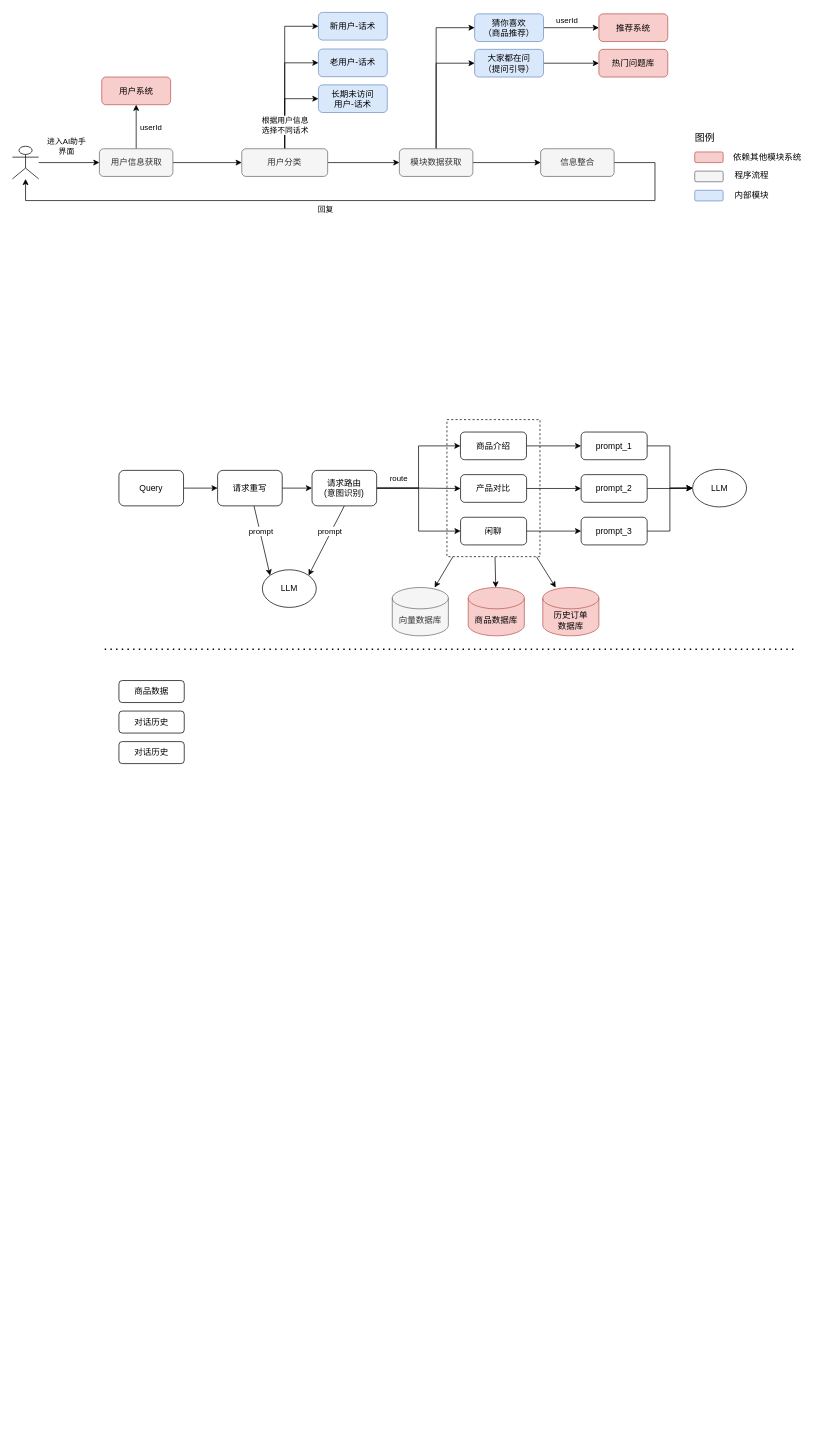
This is page "购物助手" (2 of 2) of AI虚拟电商导购.drawio from joeylin/draw.io, a draw.io file, before an edit. Source tidied: cells renumbered, new cells numbered last; positions are measured from the earlier drawing's top-left corner, leaving out a move shared by most shapes. Both pictures are drawn from the tidied source at 71%, with x=0, y=0 at pixel (12, 12).
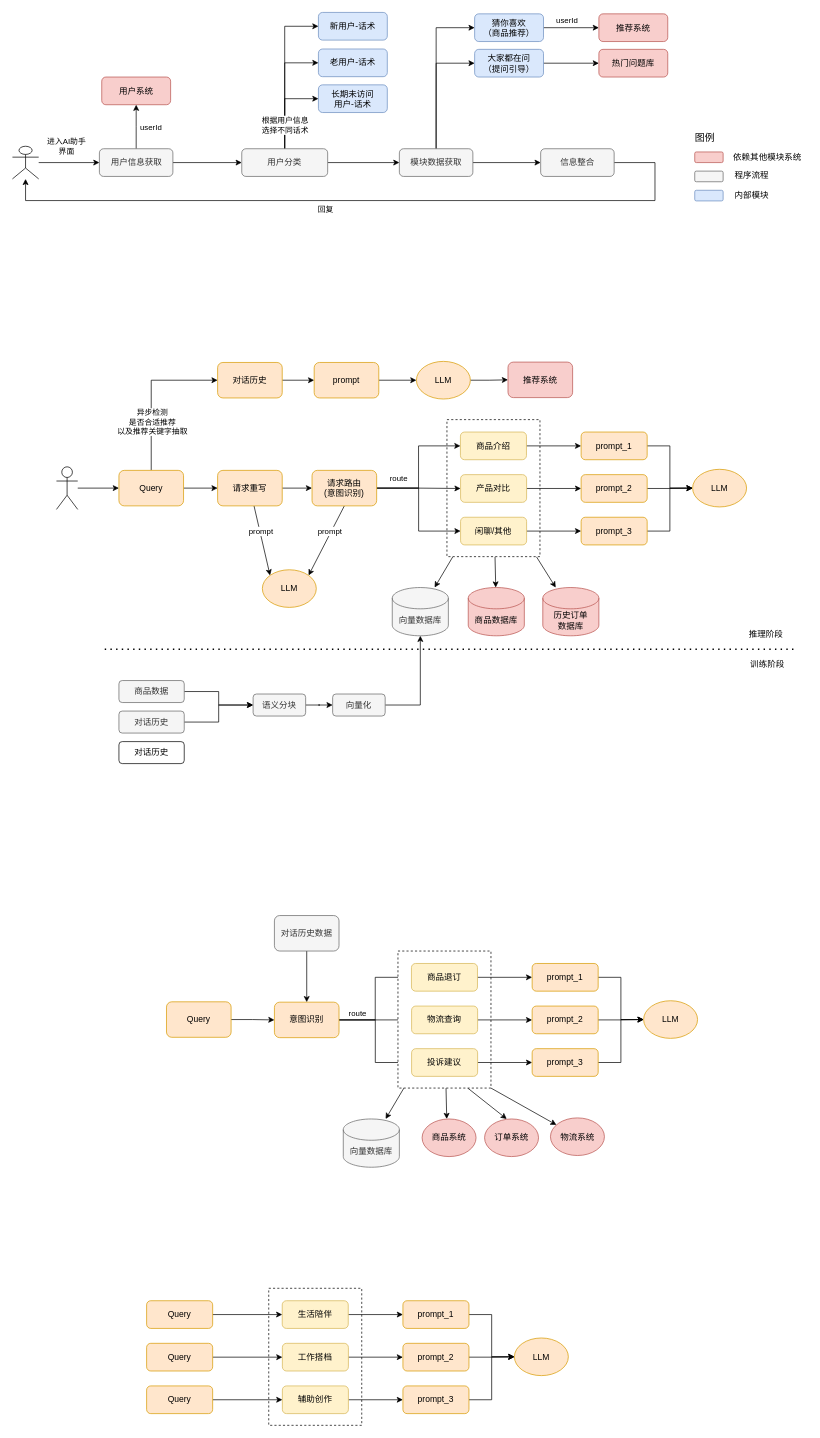
After the change.

Commit message:
更新AI虚拟电商导购.drawio

The change refers to these unchanged cells:
```xml
<mxCell id="73" value="向量数据库" style="shape=cylinder3;whiteSpace=wrap;html=1;boundedLbl=1;backgroundOutline=1;size=15;fillColor=#f5f5f5;fontColor=#333333;strokeColor=#666666;" parent="1" vertex="1">
  <mxGeometry x="535" y="810" width="79" height="68" as="geometry" />
</mxCell>
```

Diff of the diagram source:
```diff
@@
-    <mxCell id="47" value="请求重写" style="rounded=1;whiteSpace=wrap;html=1;" parent="1" vertex="1">
+    <mxCell id="47" value="请求重写" style="rounded=1;whiteSpace=wrap;html=1;fillColor=#ffe6cc;strokeColor=#d79b00;" parent="1" vertex="1">
       <mxGeometry x="289" y="645" width="91" height="50" as="geometry" />
     </mxCell>
@@
-    <mxCell id="54" value="请求路由&lt;br&gt;(意图识别)" style="rounded=1;whiteSpace=wrap;html=1;" parent="1" vertex="1">
+    <mxCell id="54" value="请求路由&lt;br&gt;(意图识别)" style="rounded=1;whiteSpace=wrap;html=1;fillColor=#ffe6cc;strokeColor=#d79b00;" parent="1" vertex="1">
       <mxGeometry x="422" y="645" width="91" height="50" as="geometry" />
     </mxCell>
@@
-    <mxCell id="56" value="商品介绍" style="rounded=1;whiteSpace=wrap;html=1;" parent="1" vertex="1">
+    <mxCell id="56" value="商品介绍" style="rounded=1;whiteSpace=wrap;html=1;fillColor=#fff2cc;strokeColor=#d6b656;" parent="1" vertex="1">
       <mxGeometry x="631" y="591" width="93" height="39" as="geometry" />
     </mxCell>
@@
-    <mxCell id="58" value="产品对比" style="rounded=1;whiteSpace=wrap;html=1;" parent="1" vertex="1">
+    <mxCell id="58" value="产品对比" style="rounded=1;whiteSpace=wrap;html=1;fillColor=#fff2cc;strokeColor=#d6b656;" parent="1" vertex="1">
       <mxGeometry x="631.2" y="651" width="93" height="39" as="geometry" />
     </mxCell>
@@
-    <mxCell id="60" value="闲聊" style="rounded=1;whiteSpace=wrap;html=1;" parent="1" vertex="1">
+    <mxCell id="60" value="闲聊/其他" style="rounded=1;whiteSpace=wrap;html=1;fillColor=#fff2cc;strokeColor=#d6b656;" parent="1" vertex="1">
       <mxGeometry x="631.2" y="711" width="93" height="39" as="geometry" />
     </mxCell>
@@
-    <mxCell id="62" value="prompt_1" style="rounded=1;whiteSpace=wrap;html=1;" parent="1" vertex="1">
+    <mxCell id="62" value="prompt_1" style="rounded=1;whiteSpace=wrap;html=1;fillColor=#ffe6cc;strokeColor=#d79b00;" parent="1" vertex="1">
       <mxGeometry x="801" y="591" width="93" height="39" as="geometry" />
     </mxCell>
@@
-    <mxCell id="64" value="prompt_2" style="rounded=1;whiteSpace=wrap;html=1;" parent="1" vertex="1">
+    <mxCell id="64" value="prompt_2" style="rounded=1;whiteSpace=wrap;html=1;fillColor=#ffe6cc;strokeColor=#d79b00;" parent="1" vertex="1">
       <mxGeometry x="801" y="651" width="93" height="39" as="geometry" />
     </mxCell>
@@
+    <mxCell id="78" style="edgeStyle=orthogonalEdgeStyle;rounded=0;jettySize=auto;html=1;entryX=0;entryY=0.5;entryDx=0;entryDy=0;exitX=0.5;exitY=0;exitDx=0;exitDy=0;" parent="1" edge="1" source="66" target="87">
+      <mxGeometry relative="1" as="geometry" />
+    </mxCell>
+    <mxCell id="79" value="异步检测&lt;br&gt;是否合适推荐&lt;br&gt;以及推荐关键字抽取" style="edgeLabel;html=1;align=center;verticalAlign=middle;" parent="78" vertex="1">
+      <mxGeometry x="-0.37" relative="1" as="geometry">
+        <mxPoint x="1" as="offset" />
+      </mxGeometry>
+    </mxCell>
-    <mxCell id="66" value="Query" style="rounded=1;whiteSpace=wrap;html=1;" parent="1" vertex="1">
+    <mxCell id="66" value="Query" style="rounded=1;whiteSpace=wrap;html=1;fillColor=#ffe6cc;strokeColor=#d79b00;" parent="1" vertex="1">
       <mxGeometry x="150" y="645" width="91" height="50" as="geometry" />
     </mxCell>
@@
-    <mxCell id="70" value="prompt_3" style="rounded=1;whiteSpace=wrap;html=1;" parent="1" vertex="1">
+    <mxCell id="70" value="prompt_3" style="rounded=1;whiteSpace=wrap;html=1;fillColor=#ffe6cc;strokeColor=#d79b00;" parent="1" vertex="1">
       <mxGeometry x="801" y="711" width="93" height="39" as="geometry" />
     </mxCell>
-    <mxCell id="71" value="LLM" style="ellipse;whiteSpace=wrap;html=1;" parent="1" vertex="1">
+    <mxCell id="71" value="LLM" style="ellipse;whiteSpace=wrap;html=1;fillColor=#ffe6cc;strokeColor=#d79b00;" parent="1" vertex="1">
       <mxGeometry x="958" y="643.5" width="76" height="53" as="geometry" />
     </mxCell>
-    <mxCell id="72" value="LLM" style="ellipse;whiteSpace=wrap;html=1;" parent="1" vertex="1">
+    <mxCell id="72" value="LLM" style="ellipse;whiteSpace=wrap;html=1;fillColor=#ffe6cc;strokeColor=#d79b00;" parent="1" vertex="1">
       <mxGeometry x="352" y="785" width="76" height="53" as="geometry" />
     </mxCell>
@@
+    <mxCell id="80" style="edgeStyle=orthogonalEdgeStyle;rounded=0;jettySize=auto;html=1;" parent="1" edge="1" source="75" target="83">
+      <mxGeometry relative="1" as="geometry" />
+    </mxCell>
-    <mxCell id="75" value="商品数据" style="rounded=1;whiteSpace=wrap;html=1;" parent="1" vertex="1">
+    <mxCell id="75" value="商品数据" style="rounded=1;whiteSpace=wrap;html=1;fillColor=#f5f5f5;fontColor=#333333;strokeColor=#666666;" parent="1" vertex="1">
       <mxGeometry x="150" y="941" width="92" height="31" as="geometry" />
     </mxCell>
+    <mxCell id="81" style="edgeStyle=orthogonalEdgeStyle;rounded=0;jettySize=auto;html=1;entryX=0;entryY=0.5;entryDx=0;entryDy=0;" parent="1" edge="1" source="76" target="83">
+      <mxGeometry relative="1" as="geometry" />
+    </mxCell>
-    <mxCell id="76" value="对话历史" style="rounded=1;whiteSpace=wrap;html=1;" parent="1" vertex="1">
+    <mxCell id="76" value="对话历史" style="rounded=1;whiteSpace=wrap;html=1;fillColor=#f5f5f5;fontColor=#333333;strokeColor=#666666;" parent="1" vertex="1">
       <mxGeometry x="150" y="984" width="92" height="31" as="geometry" />
     </mxCell>
+    <mxCell id="82" style="edgeStyle=orthogonalEdgeStyle;rounded=0;jettySize=auto;html=1;" parent="1" edge="1" source="83" target="85">
+      <mxGeometry relative="1" as="geometry" />
+    </mxCell>
@@
+    <mxCell id="83" value="语义分块" style="rounded=1;whiteSpace=wrap;html=1;fillColor=#f5f5f5;fontColor=#333333;strokeColor=#666666;" parent="1" vertex="1">
+      <mxGeometry x="339" y="960" width="74" height="31" as="geometry" />
+    </mxCell>
+    <mxCell id="84" style="edgeStyle=orthogonalEdgeStyle;rounded=0;jettySize=auto;html=1;" parent="1" edge="1" source="85" target="73">
+      <mxGeometry relative="1" as="geometry" />
+    </mxCell>
+    <mxCell id="85" value="向量化" style="rounded=1;whiteSpace=wrap;html=1;fillColor=#f5f5f5;fontColor=#333333;strokeColor=#666666;" parent="1" vertex="1">
+      <mxGeometry x="451" y="960" width="74" height="31" as="geometry" />
+    </mxCell>
+    <mxCell id="86" style="edgeStyle=orthogonalEdgeStyle;rounded=0;jettySize=auto;html=1;entryX=0;entryY=0.5;entryDx=0;entryDy=0;" parent="1" edge="1" source="87" target="89">
+      <mxGeometry relative="1" as="geometry" />
+    </mxCell>
+    <mxCell id="87" value="对话历史" style="rounded=1;whiteSpace=wrap;html=1;fillColor=#ffe6cc;strokeColor=#d79b00;" parent="1" vertex="1">
+      <mxGeometry x="289" y="493" width="91" height="50" as="geometry" />
+    </mxCell>
+    <mxCell id="88" style="edgeStyle=orthogonalEdgeStyle;rounded=0;jettySize=auto;html=1;entryX=0;entryY=0.5;entryDx=0;entryDy=0;" parent="1" edge="1" source="89" target="91">
+      <mxGeometry relative="1" as="geometry" />
+    </mxCell>
+    <mxCell id="89" value="prompt" style="rounded=1;whiteSpace=wrap;html=1;fillColor=#ffe6cc;strokeColor=#d79b00;" parent="1" vertex="1">
+      <mxGeometry x="425" y="493" width="91" height="50" as="geometry" />
+    </mxCell>
+    <mxCell id="90" style="edgeStyle=orthogonalEdgeStyle;rounded=0;jettySize=auto;html=1;entryX=0;entryY=0.5;entryDx=0;entryDy=0;" parent="1" edge="1" source="91" target="92">
+      <mxGeometry relative="1" as="geometry" />
+    </mxCell>
+    <mxCell id="91" value="LLM" style="ellipse;whiteSpace=wrap;html=1;fillColor=#ffe6cc;strokeColor=#d79b00;" parent="1" vertex="1">
+      <mxGeometry x="569" y="491.5" width="76" height="53" as="geometry" />
+    </mxCell>
+    <mxCell id="92" value="推荐系统" style="rounded=1;whiteSpace=wrap;html=1;fillColor=#f8cecc;strokeColor=#b85450;" parent="1" vertex="1">
+      <mxGeometry x="698" y="492.5" width="91" height="50" as="geometry" />
+    </mxCell>
+    <mxCell id="93" style="edgeStyle=orthogonalEdgeStyle;rounded=0;jettySize=auto;html=1;" parent="1" edge="1" source="94" target="66">
+      <mxGeometry relative="1" as="geometry" />
+    </mxCell>
+    <mxCell id="94" style="shape=umlActor;verticalLabelPosition=bottom;verticalAlign=top;html=1;outlineConnect=0;" parent="1" vertex="1">
+      <mxGeometry x="62" y="640" width="30" height="60" as="geometry" />
+    </mxCell>
+    <mxCell id="95" value="推理阶段" style="text;html=1;align=center;verticalAlign=middle;strokeColor=none;fillColor=none;" parent="1" vertex="1">
+      <mxGeometry x="1028" y="863" width="66" height="26" as="geometry" />
+    </mxCell>
+    <mxCell id="96" value="训练阶段" style="text;html=1;align=center;verticalAlign=middle;strokeColor=none;fillColor=none;" parent="1" vertex="1">
+      <mxGeometry x="1030" y="906" width="66" height="26" as="geometry" />
+    </mxCell>
+    <mxCell id="97" style="edgeStyle=orthogonalEdgeStyle;rounded=0;jettySize=auto;html=1;" parent="1" edge="1" source="98" target="103">
+      <mxGeometry relative="1" as="geometry" />
+    </mxCell>
+    <mxCell id="98" value="Query" style="rounded=1;whiteSpace=wrap;html=1;fillColor=#ffe6cc;strokeColor=#d79b00;" parent="1" vertex="1">
+      <mxGeometry x="217" y="1393.5" width="91" height="50" as="geometry" />
+    </mxCell>
+    <mxCell id="99" style="edgeStyle=orthogonalEdgeStyle;rounded=0;jettySize=auto;html=1;entryX=0;entryY=0.5;entryDx=0;entryDy=0;" parent="1" edge="1" source="103" target="110">
+      <mxGeometry relative="1" as="geometry" />
+    </mxCell>
+    <mxCell id="100" style="edgeStyle=orthogonalEdgeStyle;rounded=0;jettySize=auto;html=1;" parent="1" edge="1" source="103" target="112">
+      <mxGeometry relative="1" as="geometry" />
+    </mxCell>
+    <mxCell id="101" style="edgeStyle=orthogonalEdgeStyle;rounded=0;jettySize=auto;html=1;entryX=0;entryY=0.5;entryDx=0;entryDy=0;" parent="1" edge="1" source="103" target="114">
+      <mxGeometry relative="1" as="geometry" />
+    </mxCell>
+    <mxCell id="102" value="route" style="edgeLabel;html=1;align=center;verticalAlign=middle;" parent="101" vertex="1">
+      <mxGeometry x="-0.69" y="-1" relative="1" as="geometry">
+        <mxPoint y="-11" as="offset" />
+      </mxGeometry>
+    </mxCell>
+    <mxCell id="103" value="意图识别" style="rounded=1;whiteSpace=wrap;html=1;fillColor=#ffe6cc;strokeColor=#d79b00;" parent="1" vertex="1">
+      <mxGeometry x="369" y="1394" width="91" height="50" as="geometry" />
+    </mxCell>
+    <mxCell id="104" style="rounded=0;jettySize=auto;html=1;" parent="1" edge="1" source="108">
+      <mxGeometry relative="1" as="geometry">
+        <mxPoint x="611.7" y="1558.5" as="targetPoint" />
+      </mxGeometry>
+    </mxCell>
+    <mxCell id="105" style="rounded=0;jettySize=auto;html=1;exitX=0.75;exitY=1;exitDx=0;exitDy=0;" parent="1" edge="1" source="108">
+      <mxGeometry relative="1" as="geometry">
+        <mxPoint x="696.2" y="1558.5" as="targetPoint" />
+      </mxGeometry>
+    </mxCell>
+    <mxCell id="106" style="rounded=0;jettySize=auto;html=1;" parent="1" edge="1" source="108" target="122">
+      <mxGeometry relative="1" as="geometry" />
+    </mxCell>
+    <mxCell id="107" style="rounded=0;jettySize=auto;html=1;exitX=1;exitY=1;exitDx=0;exitDy=0;" parent="1" edge="1" source="108" target="127">
+      <mxGeometry relative="1" as="geometry" />
+    </mxCell>
+    <mxCell id="108" style="rounded=0;whiteSpace=wrap;html=1;dashed=1;" parent="1" vertex="1">
+      <mxGeometry x="543" y="1322" width="131" height="193" as="geometry" />
+    </mxCell>
+    <mxCell id="109" style="edgeStyle=orthogonalEdgeStyle;rounded=0;jettySize=auto;html=1;entryX=0;entryY=0.5;entryDx=0;entryDy=0;" parent="1" edge="1" source="110" target="116">
+      <mxGeometry relative="1" as="geometry" />
+    </mxCell>
+    <mxCell id="110" value="商品退订" style="rounded=1;whiteSpace=wrap;html=1;fillColor=#fff2cc;strokeColor=#d6b656;" parent="1" vertex="1">
+      <mxGeometry x="562" y="1339.5" width="93" height="39" as="geometry" />
+    </mxCell>
+    <mxCell id="111" style="edgeStyle=orthogonalEdgeStyle;rounded=0;jettySize=auto;html=1;entryX=0;entryY=0.5;entryDx=0;entryDy=0;" parent="1" edge="1" source="112" target="118">
+      <mxGeometry relative="1" as="geometry" />
+    </mxCell>
+    <mxCell id="112" value="物流查询" style="rounded=1;whiteSpace=wrap;html=1;fillColor=#fff2cc;strokeColor=#d6b656;" parent="1" vertex="1">
+      <mxGeometry x="562.2" y="1399.5" width="93" height="39" as="geometry" />
+    </mxCell>
+    <mxCell id="113" style="edgeStyle=orthogonalEdgeStyle;rounded=0;jettySize=auto;html=1;entryX=0;entryY=0.5;entryDx=0;entryDy=0;" parent="1" edge="1" source="114" target="120">
+      <mxGeometry relative="1" as="geometry" />
+    </mxCell>
+    <mxCell id="114" value="投诉建议" style="rounded=1;whiteSpace=wrap;html=1;fillColor=#fff2cc;strokeColor=#d6b656;" parent="1" vertex="1">
+      <mxGeometry x="562.2" y="1459.5" width="93" height="39" as="geometry" />
+    </mxCell>
+    <mxCell id="115" style="edgeStyle=orthogonalEdgeStyle;rounded=0;jettySize=auto;html=1;entryX=0;entryY=0.5;entryDx=0;entryDy=0;" parent="1" edge="1" source="116" target="121">
+      <mxGeometry relative="1" as="geometry" />
+    </mxCell>
+    <mxCell id="116" value="prompt_1" style="rounded=1;whiteSpace=wrap;html=1;fillColor=#ffe6cc;strokeColor=#d79b00;" parent="1" vertex="1">
+      <mxGeometry x="732" y="1339.5" width="93" height="39" as="geometry" />
+    </mxCell>
+    <mxCell id="117" style="edgeStyle=orthogonalEdgeStyle;rounded=0;jettySize=auto;html=1;entryX=0;entryY=0.5;entryDx=0;entryDy=0;" parent="1" edge="1" source="118" target="121">
+      <mxGeometry relative="1" as="geometry" />
+    </mxCell>
+    <mxCell id="118" value="prompt_2" style="rounded=1;whiteSpace=wrap;html=1;fillColor=#ffe6cc;strokeColor=#d79b00;" parent="1" vertex="1">
+      <mxGeometry x="732" y="1399.5" width="93" height="39" as="geometry" />
+    </mxCell>
+    <mxCell id="119" style="edgeStyle=orthogonalEdgeStyle;rounded=0;jettySize=auto;html=1;entryX=0;entryY=0.5;entryDx=0;entryDy=0;" parent="1" edge="1" source="120" target="121">
+      <mxGeometry relative="1" as="geometry" />
+    </mxCell>
+    <mxCell id="120" value="prompt_3" style="rounded=1;whiteSpace=wrap;html=1;fillColor=#ffe6cc;strokeColor=#d79b00;" parent="1" vertex="1">
+      <mxGeometry x="732" y="1459.5" width="93" height="39" as="geometry" />
+    </mxCell>
+    <mxCell id="121" value="LLM" style="ellipse;whiteSpace=wrap;html=1;fillColor=#ffe6cc;strokeColor=#d79b00;" parent="1" vertex="1">
+      <mxGeometry x="889" y="1392" width="76" height="53" as="geometry" />
+    </mxCell>
+    <mxCell id="122" value="向量数据库" style="shape=cylinder3;whiteSpace=wrap;html=1;boundedLbl=1;backgroundOutline=1;size=15;fillColor=#f5f5f5;fontColor=#333333;strokeColor=#666666;" parent="1" vertex="1">
+      <mxGeometry x="466" y="1558.5" width="79" height="68" as="geometry" />
+    </mxCell>
+    <mxCell id="123" style="edgeStyle=orthogonalEdgeStyle;rounded=0;jettySize=auto;html=1;" parent="1" edge="1" source="124" target="103">
+      <mxGeometry relative="1" as="geometry" />
+    </mxCell>
+    <mxCell id="124" value="对话历史数据" style="rounded=1;whiteSpace=wrap;html=1;fillColor=#f5f5f5;fontColor=#333333;strokeColor=#666666;" parent="1" vertex="1">
+      <mxGeometry x="369" y="1272" width="91" height="50" as="geometry" />
+    </mxCell>
+    <mxCell id="125" value="商品系统" style="ellipse;whiteSpace=wrap;html=1;fillColor=#f8cecc;strokeColor=#b85450;" parent="1" vertex="1">
+      <mxGeometry x="577" y="1558.5" width="76" height="53" as="geometry" />
+    </mxCell>
+    <mxCell id="126" value="订单系统" style="ellipse;whiteSpace=wrap;html=1;fillColor=#f8cecc;strokeColor=#b85450;" parent="1" vertex="1">
+      <mxGeometry x="665" y="1558.5" width="76" height="53" as="geometry" />
+    </mxCell>
+    <mxCell id="127" value="物流系统" style="ellipse;whiteSpace=wrap;html=1;fillColor=#f8cecc;strokeColor=#b85450;" parent="1" vertex="1">
+      <mxGeometry x="757.8" y="1557" width="76" height="53" as="geometry" />
+    </mxCell>
+    <mxCell id="128" style="rounded=0;whiteSpace=wrap;html=1;dashed=1;" parent="1" vertex="1">
+      <mxGeometry x="361" y="1797" width="131" height="193" as="geometry" />
+    </mxCell>
+    <mxCell id="129" style="edgeStyle=orthogonalEdgeStyle;rounded=0;jettySize=auto;html=1;entryX=0;entryY=0.5;entryDx=0;entryDy=0;" parent="1" edge="1" source="130" target="136">
+      <mxGeometry relative="1" as="geometry" />
+    </mxCell>
+    <mxCell id="130" value="生活陪伴" style="rounded=1;whiteSpace=wrap;html=1;fillColor=#fff2cc;strokeColor=#d6b656;" parent="1" vertex="1">
+      <mxGeometry x="380" y="1814.5" width="93" height="39" as="geometry" />
+    </mxCell>
+    <mxCell id="131" style="edgeStyle=orthogonalEdgeStyle;rounded=0;jettySize=auto;html=1;entryX=0;entryY=0.5;entryDx=0;entryDy=0;" parent="1" edge="1" source="132" target="138">
+      <mxGeometry relative="1" as="geometry" />
+    </mxCell>
+    <mxCell id="132" value="工作搭档" style="rounded=1;whiteSpace=wrap;html=1;fillColor=#fff2cc;strokeColor=#d6b656;" parent="1" vertex="1">
+      <mxGeometry x="380.2" y="1874.5" width="93" height="39" as="geometry" />
+    </mxCell>
+    <mxCell id="133" style="edgeStyle=orthogonalEdgeStyle;rounded=0;jettySize=auto;html=1;entryX=0;entryY=0.5;entryDx=0;entryDy=0;" parent="1" edge="1" source="134" target="140">
+      <mxGeometry relative="1" as="geometry" />
+    </mxCell>
+    <mxCell id="134" value="辅助创作" style="rounded=1;whiteSpace=wrap;html=1;fillColor=#fff2cc;strokeColor=#d6b656;" parent="1" vertex="1">
+      <mxGeometry x="380.2" y="1934.5" width="93" height="39" as="geometry" />
+    </mxCell>
+    <mxCell id="135" style="edgeStyle=orthogonalEdgeStyle;rounded=0;jettySize=auto;html=1;entryX=0;entryY=0.5;entryDx=0;entryDy=0;" parent="1" edge="1" source="136" target="141">
+      <mxGeometry relative="1" as="geometry" />
+    </mxCell>
+    <mxCell id="136" value="prompt_1" style="rounded=1;whiteSpace=wrap;html=1;fillColor=#ffe6cc;strokeColor=#d79b00;" parent="1" vertex="1">
+      <mxGeometry x="550" y="1814.5" width="93" height="39" as="geometry" />
+    </mxCell>
+    <mxCell id="137" style="edgeStyle=orthogonalEdgeStyle;rounded=0;jettySize=auto;html=1;entryX=0;entryY=0.5;entryDx=0;entryDy=0;" parent="1" edge="1" source="138" target="141">
+      <mxGeometry relative="1" as="geometry" />
+    </mxCell>
+    <mxCell id="138" value="prompt_2" style="rounded=1;whiteSpace=wrap;html=1;fillColor=#ffe6cc;strokeColor=#d79b00;" parent="1" vertex="1">
+      <mxGeometry x="550" y="1874.5" width="93" height="39" as="geometry" />
+    </mxCell>
+    <mxCell id="139" style="edgeStyle=orthogonalEdgeStyle;rounded=0;jettySize=auto;html=1;entryX=0;entryY=0.5;entryDx=0;entryDy=0;" parent="1" edge="1" source="140" target="141">
+      <mxGeometry relative="1" as="geometry" />
+    </mxCell>
+    <mxCell id="140" value="prompt_3" style="rounded=1;whiteSpace=wrap;html=1;fillColor=#ffe6cc;strokeColor=#d79b00;" parent="1" vertex="1">
+      <mxGeometry x="550" y="1934.5" width="93" height="39" as="geometry" />
+    </mxCell>
+    <mxCell id="141" value="LLM" style="ellipse;whiteSpace=wrap;html=1;fillColor=#ffe6cc;strokeColor=#d79b00;" parent="1" vertex="1">
+      <mxGeometry x="707" y="1867" width="76" height="53" as="geometry" />
+    </mxCell>
+    <mxCell id="142" style="edgeStyle=orthogonalEdgeStyle;rounded=0;jettySize=auto;html=1;entryX=0;entryY=0.5;entryDx=0;entryDy=0;" parent="1" edge="1" source="143" target="130">
+      <mxGeometry relative="1" as="geometry" />
+    </mxCell>
+    <mxCell id="143" value="Query" style="rounded=1;whiteSpace=wrap;html=1;fillColor=#ffe6cc;strokeColor=#d79b00;" parent="1" vertex="1">
+      <mxGeometry x="189" y="1814.5" width="93" height="39" as="geometry" />
+    </mxCell>
+    <mxCell id="144" style="edgeStyle=orthogonalEdgeStyle;rounded=0;jettySize=auto;html=1;" parent="1" edge="1" source="145" target="132">
+      <mxGeometry relative="1" as="geometry" />
+    </mxCell>
+    <mxCell id="145" value="Query" style="rounded=1;whiteSpace=wrap;html=1;fillColor=#ffe6cc;strokeColor=#d79b00;" parent="1" vertex="1">
+      <mxGeometry x="189" y="1874.5" width="93" height="39" as="geometry" />
+    </mxCell>
+    <mxCell id="146" style="edgeStyle=orthogonalEdgeStyle;rounded=0;jettySize=auto;html=1;entryX=0;entryY=0.5;entryDx=0;entryDy=0;" parent="1" edge="1" source="147" target="134">
+      <mxGeometry relative="1" as="geometry" />
+    </mxCell>
+    <mxCell id="147" value="Query" style="rounded=1;whiteSpace=wrap;html=1;fillColor=#ffe6cc;strokeColor=#d79b00;" parent="1" vertex="1">
+      <mxGeometry x="189" y="1934.5" width="93" height="39" as="geometry" />
+    </mxCell>
```
